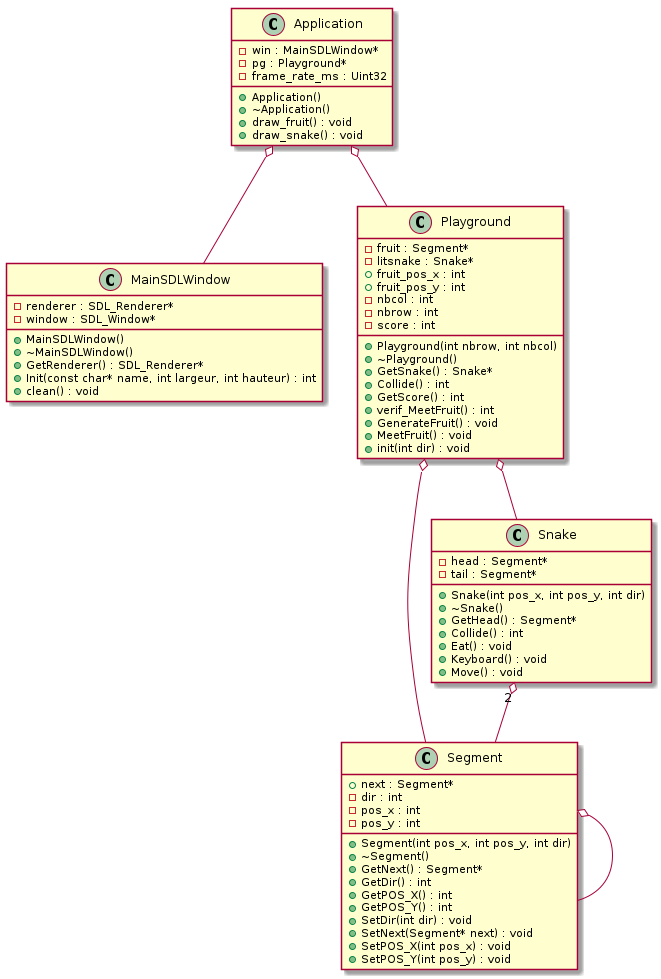
Earlier version of the PlantUML export uml/classes.png (JeremyDuc73/gtech1-b06-snake).
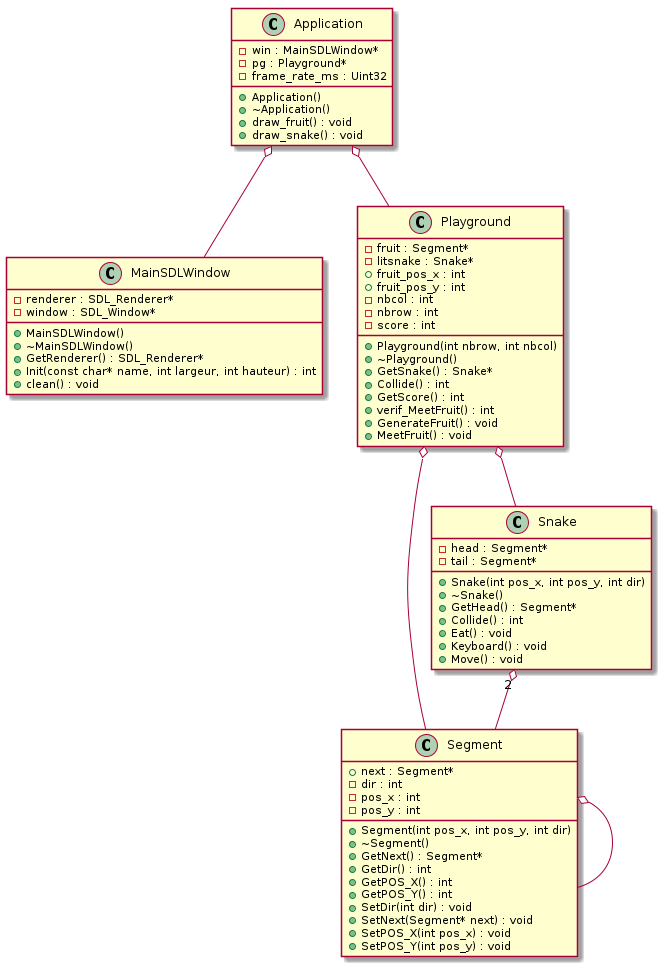
The same file after the commit.

Diff of the diagram source:
```diff
@@ -43,7 +43,6 @@
 	+verif_MeetFruit() : int
 	+GenerateFruit() : void
 	+MeetFruit() : void
-	+init(int dir) : void
 }
 
 
```
